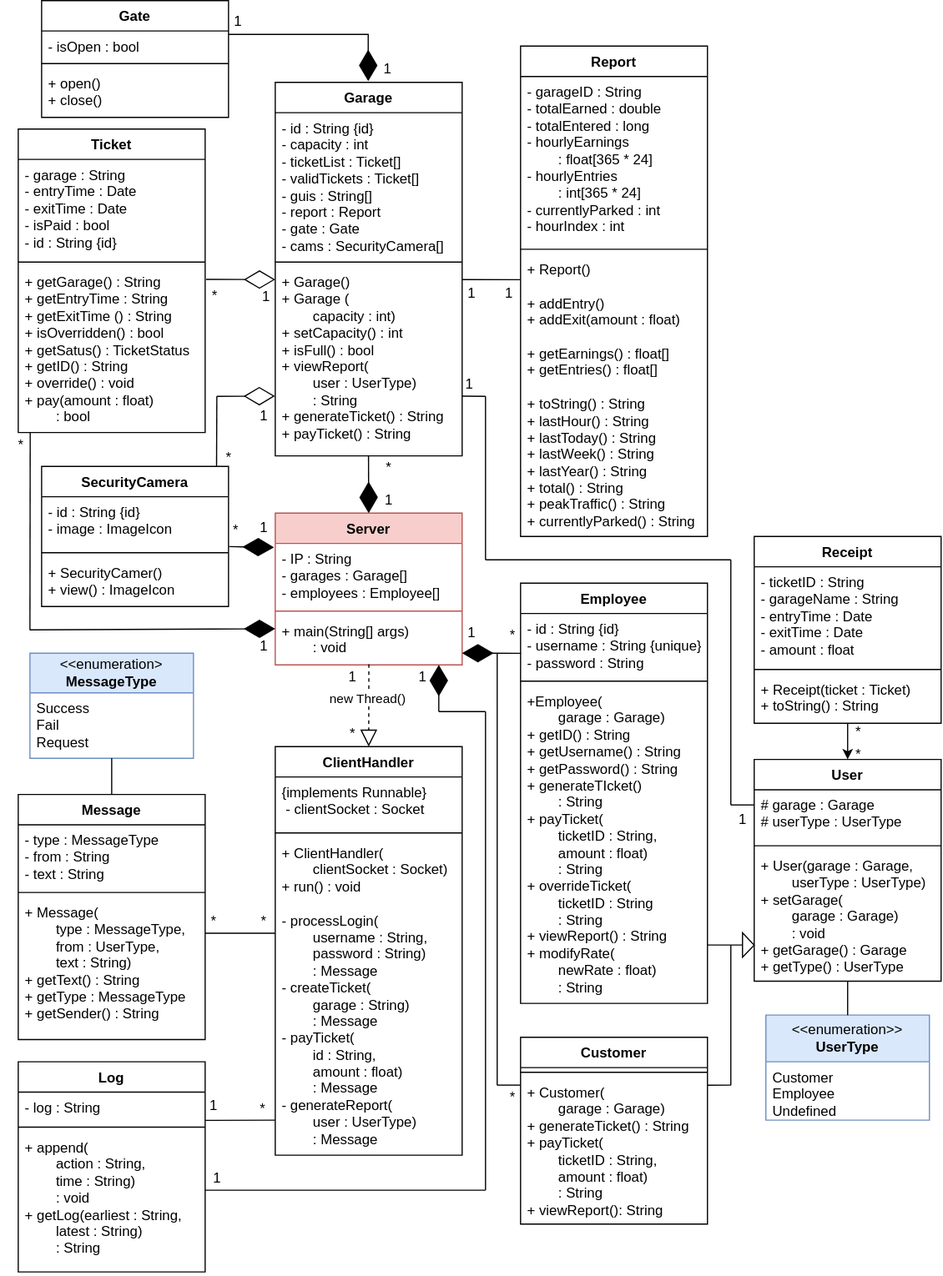
Above: design/Diagrams/ServerSideFull.svg in CSUEB-CS401-02-SP25-Group-Project-1/parking-garage-system (draw.io), before the change. Source tidied: cells renumbered, new cells last; positions are measured from the earlier drawing's top-left corner, leaving out a move shared by most shapes.
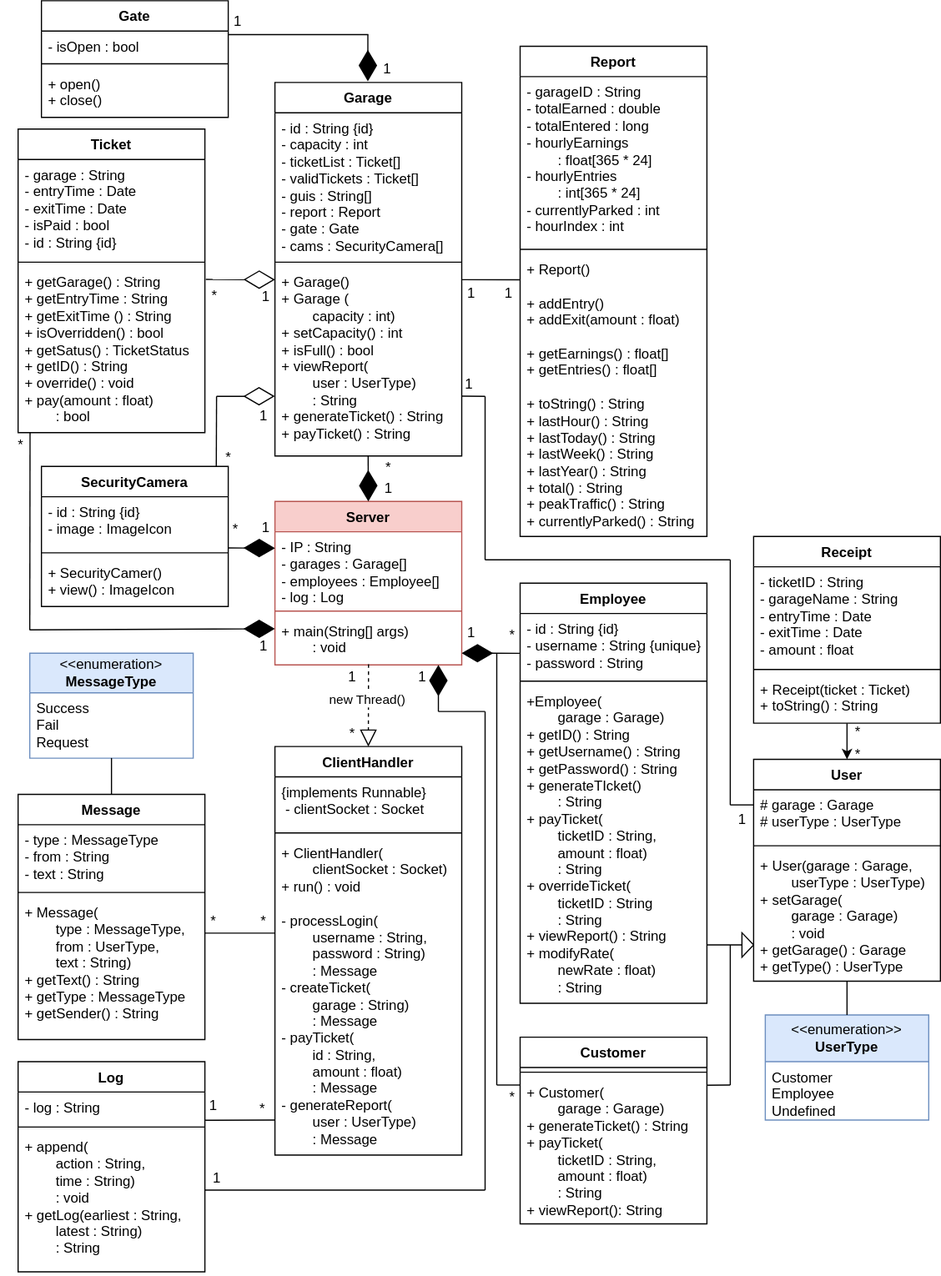
The same file after the commit.

Commit message:
Server needs a log

The edit, as a diff of the source:
```diff
@@ -3,16 +3,16 @@
     <mxCell id="0" />
     <mxCell id="1" parent="0" />
     <mxCell id="2" value="Server" style="swimlane;fontStyle=1;align=center;verticalAlign=top;horizontal=1;startSize=26;whiteSpace=wrap;html=1;fillColor=#f8cecc;strokeColor=#b85450;" parent="1" vertex="1">
-      <mxGeometry x="233" y="439" width="160" height="130" as="geometry" />
+      <mxGeometry x="233" y="429" width="160" height="140" as="geometry" />
     </mxCell>
-    <mxCell id="3" value="&lt;div&gt;- IP : String&lt;/div&gt;&lt;div&gt;- garages : Garage[]&lt;/div&gt;&lt;div&gt;- employees : Employee[]&lt;/div&gt;" style="text;strokeColor=none;fillColor=none;align=left;verticalAlign=top;spacingLeft=4;spacingRight=4;overflow=hidden;points=[[0,0.5],[1,0.5]];portConstraint=eastwest;whiteSpace=wrap;html=1;" parent="2" vertex="1">
-      <mxGeometry y="26" width="160" height="54" as="geometry" />
+    <mxCell id="3" value="&lt;div&gt;- IP : String&lt;/div&gt;&lt;div&gt;- garages : Garage[]&lt;/div&gt;&lt;div&gt;- employees : Employee[]&lt;/div&gt;&lt;div&gt;- log : Log&lt;/div&gt;" style="text;strokeColor=none;fillColor=none;align=left;verticalAlign=top;spacingLeft=4;spacingRight=4;overflow=hidden;points=[[0,0.5],[1,0.5]];portConstraint=eastwest;whiteSpace=wrap;html=1;" parent="2" vertex="1">
+      <mxGeometry y="26" width="160" height="64" as="geometry" />
     </mxCell>
     <mxCell id="4" style="line;strokeWidth=1;fillColor=none;align=left;verticalAlign=middle;spacingTop=-1;spacingLeft=3;spacingRight=3;labelPosition=right;strokeColor=inherit;" parent="2" vertex="1">
-      <mxGeometry y="80" width="160" height="8" as="geometry" />
+      <mxGeometry y="90" width="160" height="8" as="geometry" />
     </mxCell>
     <mxCell id="5" value="&lt;div&gt;+ main(String[] args)&lt;/div&gt;&lt;div&gt;&lt;span style=&quot;white-space: pre;&quot;&gt;&#9;&lt;/span&gt;: void&lt;/div&gt;" style="text;strokeColor=none;fillColor=none;align=left;verticalAlign=top;spacingLeft=4;spacingRight=4;overflow=hidden;points=[[0,0.5],[1,0.5]];portConstraint=eastwest;whiteSpace=wrap;html=1;" parent="2" vertex="1">
-      <mxGeometry y="88" width="160" height="42" as="geometry" />
+      <mxGeometry y="98" width="160" height="42" as="geometry" />
     </mxCell>
     <mxCell id="6" value="ClientHandler" style="swimlane;fontStyle=1;align=center;verticalAlign=top;horizontal=1;startSize=26;whiteSpace=wrap;html=1;" parent="1" vertex="1">
       <mxGeometry x="233" y="639" width="160" height="350" as="geometry" />
@@ -160,7 +160,7 @@
       </mxGeometry>
     </mxCell>
     <mxCell id="53" value="1" style="text;html=1;align=center;verticalAlign=middle;strokeColor=none;fillColor=none;" parent="1" vertex="1">
-      <mxGeometry x="315" y="413" width="30" height="30" as="geometry" />
+      <mxGeometry x="315" y="403" width="30" height="30" as="geometry" />
     </mxCell>
     <mxCell id="54" value="*" style="text;html=1;align=center;verticalAlign=middle;strokeColor=none;fillColor=none;" parent="1" vertex="1">
       <mxGeometry x="315" y="385" width="30" height="30" as="geometry" />
@@ -237,8 +237,10 @@
         <mxPoint x="413" y="339" as="targetPoint" />
       </mxGeometry>
     </mxCell>
-    <mxCell id="74" style="endArrow=diamondThin;endFill=1;endSize=24;html=1;rounded=0;entryX=0.5;entryY=0;entryDx=0;entryDy=0;exitX=0.499;exitY=1.001;exitDx=0;exitDy=0;exitPerimeter=0;" parent="1" edge="1" source="40" target="2">
-      <mxGeometry relative="1" as="geometry" />
+    <mxCell id="74" style="endArrow=diamondThin;endFill=1;endSize=24;html=1;rounded=0;exitX=0.499;exitY=1.001;exitDx=0;exitDy=0;exitPerimeter=0;" parent="1" edge="1" source="40">
+      <mxGeometry relative="1" as="geometry">
+        <mxPoint x="313" y="429" as="targetPoint" />
+      </mxGeometry>
     </mxCell>
     <mxCell id="75" style="endArrow=none;html=1;rounded=0;entryX=0;entryY=0.5;entryDx=0;entryDy=0;exitX=1;exitY=0.816;exitDx=0;exitDy=0;exitPerimeter=0;" parent="1" edge="1" source="36" target="69">
       <mxGeometry relative="1" as="geometry" />
@@ -331,14 +333,14 @@
         <mxPoint x="183" y="339" as="targetPoint" />
       </mxGeometry>
     </mxCell>
-    <mxCell id="97" style="endArrow=diamondThin;endFill=1;endSize=24;html=1;rounded=0;entryX=-0.007;entryY=0.062;entryDx=0;entryDy=0;entryPerimeter=0;exitX=1.003;exitY=0.971;exitDx=0;exitDy=0;exitPerimeter=0;" parent="1" edge="1" source="92" target="3">
+    <mxCell id="97" style="endArrow=diamondThin;endFill=1;endSize=24;html=1;rounded=0;entryX=0;entryY=0.22;entryDx=0;entryDy=0;entryPerimeter=0;exitX=1;exitY=0.995;exitDx=0;exitDy=0;exitPerimeter=0;" parent="1" edge="1" source="92" target="3">
       <mxGeometry relative="1" as="geometry" />
     </mxCell>
     <mxCell id="98" value="1" style="text;html=1;align=center;verticalAlign=middle;strokeColor=none;fillColor=none;" parent="1" vertex="1">
-      <mxGeometry x="208" y="437" width="30" height="30" as="geometry" />
+      <mxGeometry x="210" y="437" width="30" height="30" as="geometry" />
     </mxCell>
     <mxCell id="99" value="*" style="text;html=1;align=center;verticalAlign=middle;strokeColor=none;fillColor=none;" parent="1" vertex="1">
-      <mxGeometry x="184" y="439" width="30" height="30" as="geometry" />
+      <mxGeometry x="184" y="438" width="30" height="30" as="geometry" />
     </mxCell>
     <mxCell id="100" value="1" style="text;html=1;align=center;verticalAlign=middle;strokeColor=none;fillColor=none;" parent="1" vertex="1">
       <mxGeometry x="208" y="341" width="30" height="30" as="geometry" />
```
